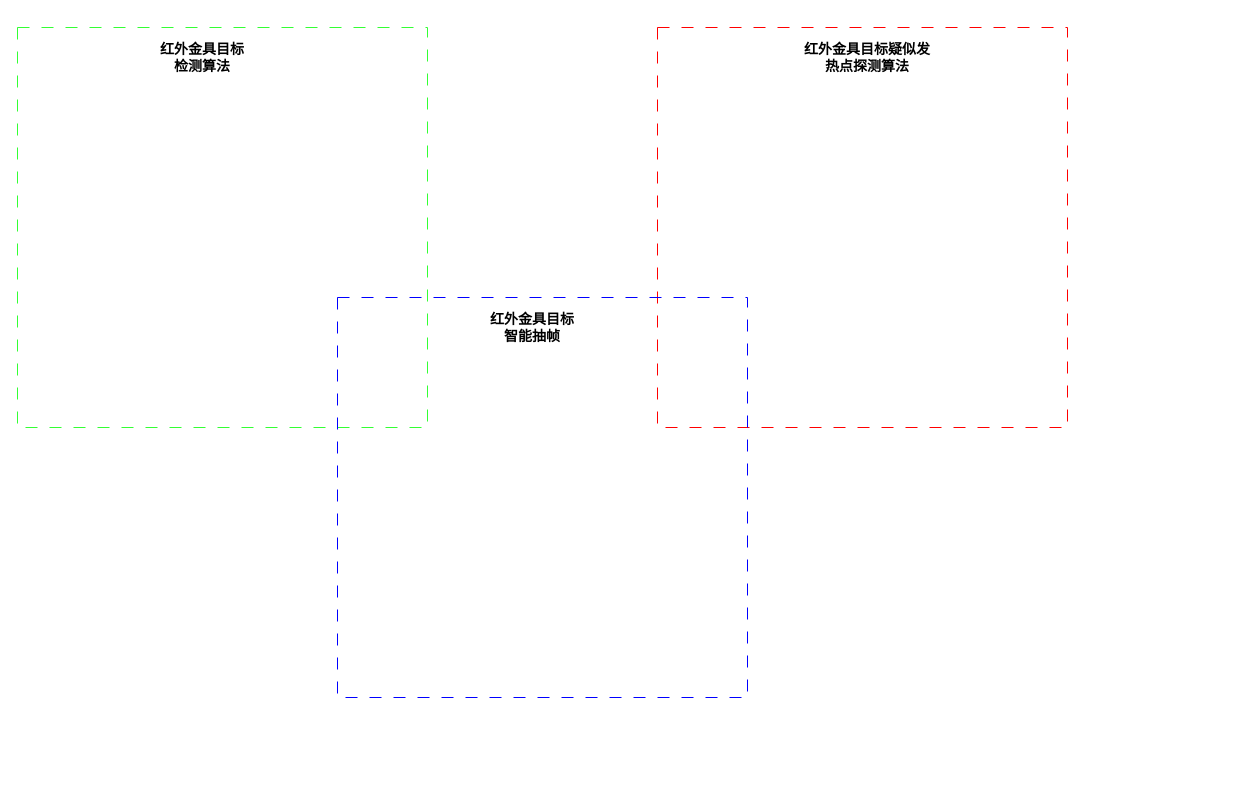
The draw.io diagram page "红外项目算法全流程图" (1 of 3) of 红外发热点提取算法流程图.drawio in paleblackless/diagrams, before the edit. Source tidied: cells renumbered, new cells numbered last; positions are measured from the earlier drawing's top-left corner, leaving out a move shared by most shapes. Both pictures are drawn from the tidied source at 100%, with x=0, y=0 at pixel (17, 27).
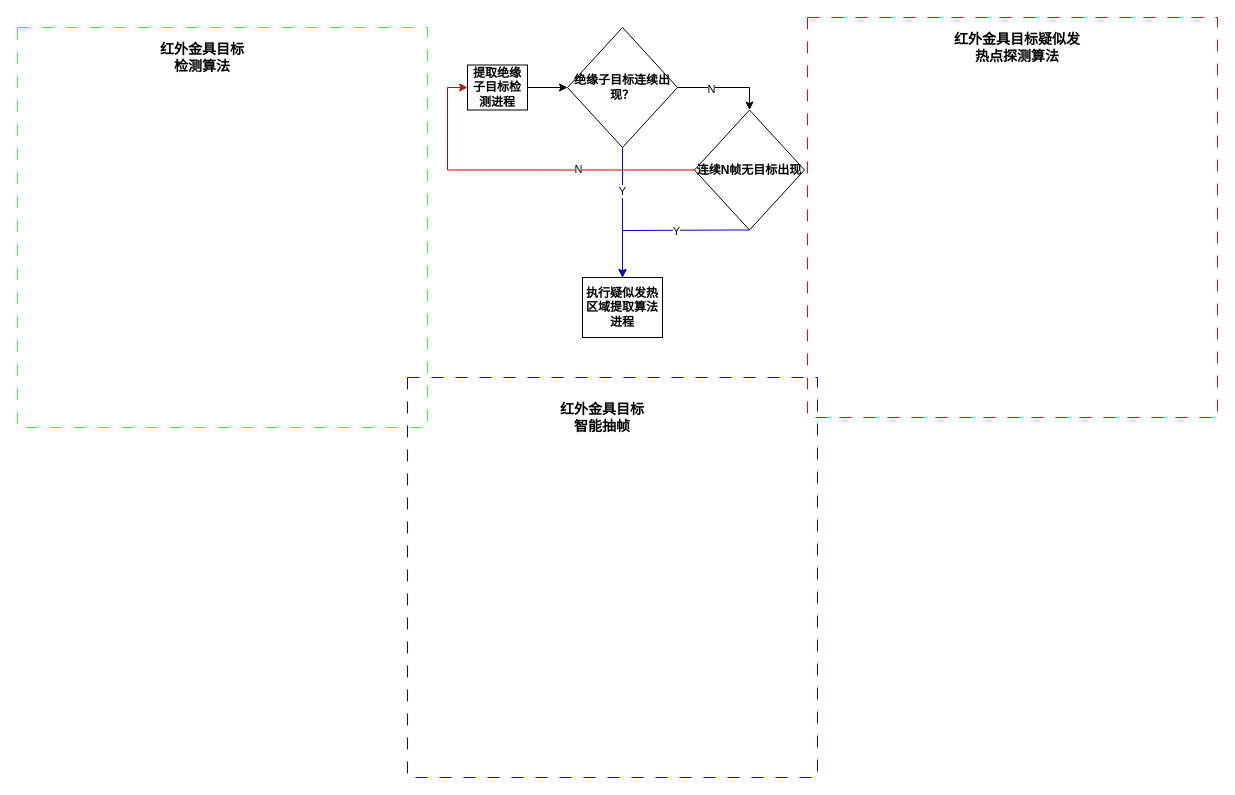
After the change.

The change refers to these unchanged cells:
```xml
<mxCell id="2" style="group;dashed=1;dashPattern=12 12;" parent="1" vertex="1">
  <mxGeometry width="1050" height="670" as="geometry" />
</mxCell>
```

The edit, as a diff of the source:
```diff
@@
     <mxCell id="4" style="rounded=0;whiteSpace=wrap;html=1;fillColor=none;dashed=1;strokeColor=#FF0000;dashPattern=12 12;" parent="2" vertex="1">
-      <mxGeometry x="640" width="410" height="400" as="geometry" />
+      <mxGeometry x="790" y="-10" width="410" height="400" as="geometry" />
     </mxCell>
     <mxCell id="5" style="rounded=0;whiteSpace=wrap;html=1;fillColor=none;dashed=1;strokeColor=#0000FF;dashPattern=12 12;" parent="2" vertex="1">
-      <mxGeometry x="320" y="270" width="410" height="400" as="geometry" />
+      <mxGeometry x="390" y="350" width="410" height="400" as="geometry" />
     </mxCell>
@@
     <mxCell id="7" value="&lt;b&gt;&lt;font style=&quot;font-size: 14px;&quot;&gt;红外金具目标疑似发热点探测算法&lt;/font&gt;&lt;/b&gt;" style="text;html=1;strokeColor=none;fillColor=none;align=center;verticalAlign=middle;whiteSpace=wrap;rounded=0;dashed=1;dashPattern=12 12;" parent="2" vertex="1">
-      <mxGeometry x="780" width="140" height="60" as="geometry" />
+      <mxGeometry x="930" y="-10" width="140" height="60" as="geometry" />
     </mxCell>
     <mxCell id="8" value="&lt;b&gt;&lt;font style=&quot;font-size: 14px;&quot;&gt;红外金具目标智能抽帧&lt;/font&gt;&lt;/b&gt;" style="text;html=1;strokeColor=none;fillColor=none;align=center;verticalAlign=middle;whiteSpace=wrap;rounded=0;dashed=1;dashPattern=12 12;" parent="2" vertex="1">
-      <mxGeometry x="470" y="270" width="90" height="60" as="geometry" />
+      <mxGeometry x="540" y="360" width="90" height="60" as="geometry" />
     </mxCell>
+    <mxCell id="9" style="group;" parent="2" vertex="1">
+      <mxGeometry x="410" y="20" width="407" height="310" as="geometry" />
+    </mxCell>
+    <mxCell id="10" style="group;" parent="9" vertex="1">
+      <mxGeometry x="10" width="407" height="310" as="geometry" />
+    </mxCell>
+    <mxCell id="11" value="&lt;b&gt;绝缘子目标连续出现？&lt;/b&gt;" style="rhombus;whiteSpace=wrap;html=1;" parent="10" vertex="1">
+      <mxGeometry x="130" y="-20" width="110" height="120" as="geometry" />
+    </mxCell>
+    <mxCell id="12" style="edgeStyle=orthogonalEdgeStyle;rounded=0;jettySize=auto;html=1;entryX=0;entryY=0.5;entryDx=0;entryDy=0;" parent="10" edge="1" source="13" target="11">
+      <mxGeometry relative="1" as="geometry" />
+    </mxCell>
+    <mxCell id="13" value="&lt;b style=&quot;border-color: var(--border-color);&quot;&gt;提取绝缘子目标检测进程&lt;/b&gt;" style="rounded=0;whiteSpace=wrap;html=1;" parent="10" vertex="1">
+      <mxGeometry x="30" y="17.5" width="60" height="45" as="geometry" />
+    </mxCell>
+    <mxCell id="14" value="&lt;b&gt;执行疑似发热区域提取算法进程&lt;/b&gt;" style="rounded=0;whiteSpace=wrap;html=1;" parent="10" vertex="1">
+      <mxGeometry x="145" y="230" width="80" height="60" as="geometry" />
+    </mxCell>
+    <mxCell id="15" style="edgeStyle=orthogonalEdgeStyle;rounded=0;jettySize=auto;html=1;exitX=0.5;exitY=1;exitDx=0;exitDy=0;strokeColor=#0000FF;" parent="10" edge="1" source="11" target="14">
+      <mxGeometry relative="1" as="geometry" />
+    </mxCell>
+    <mxCell id="16" value="Y" style="edgeLabel;html=1;align=center;verticalAlign=middle;" parent="15" vertex="1">
+      <mxGeometry x="-0.34" y="-1" relative="1" as="geometry" />
+    </mxCell>
+    <mxCell id="17" style="edgeStyle=orthogonalEdgeStyle;rounded=0;jettySize=auto;html=1;exitX=0;exitY=0.5;exitDx=0;exitDy=0;entryX=0;entryY=0.5;entryDx=0;entryDy=0;strokeColor=#CC0000;" parent="10" edge="1" source="19" target="13">
+      <mxGeometry relative="1" as="geometry" />
+    </mxCell>
+    <mxCell id="18" value="N" style="edgeLabel;html=1;align=center;verticalAlign=middle;" parent="17" vertex="1">
+      <mxGeometry x="-0.33" y="-1" relative="1" as="geometry" />
+    </mxCell>
+    <mxCell id="19" value="&lt;b&gt;连续N帧无目标出现&lt;/b&gt;" style="rhombus;whiteSpace=wrap;html=1;" parent="10" vertex="1">
+      <mxGeometry x="257" y="62.5" width="110" height="120" as="geometry" />
+    </mxCell>
+    <mxCell id="20" style="edgeStyle=orthogonalEdgeStyle;rounded=0;jettySize=auto;html=1;exitX=1;exitY=0.5;exitDx=0;exitDy=0;entryX=0.5;entryY=0;entryDx=0;entryDy=0;" parent="10" edge="1" source="11" target="19">
+      <mxGeometry relative="1" as="geometry" />
+    </mxCell>
+    <mxCell id="21" value="N" style="edgeLabel;html=1;align=center;verticalAlign=middle;" parent="20" vertex="1">
+      <mxGeometry x="-0.3" y="-1" relative="1" as="geometry" />
+    </mxCell>
+    <mxCell id="22" style="edgeStyle=orthogonalEdgeStyle;rounded=0;jettySize=auto;html=1;exitX=0.5;exitY=1;exitDx=0;exitDy=0;strokeColor=#0000CC;entryX=0.5;entryY=0;entryDx=0;entryDy=0;" parent="10" edge="1" source="19" target="14">
+      <mxGeometry relative="1" as="geometry">
+        <Array as="points">
+          <mxPoint x="297" y="183" />
+          <mxPoint x="185" y="183" />
+        </Array>
+      </mxGeometry>
+    </mxCell>
+    <mxCell id="23" value="Y" style="edgeLabel;html=1;align=center;verticalAlign=middle;" parent="22" vertex="1">
+      <mxGeometry x="-0.18" y="1" relative="1" as="geometry">
+        <mxPoint x="-3" as="offset" />
+      </mxGeometry>
+    </mxCell>
```
